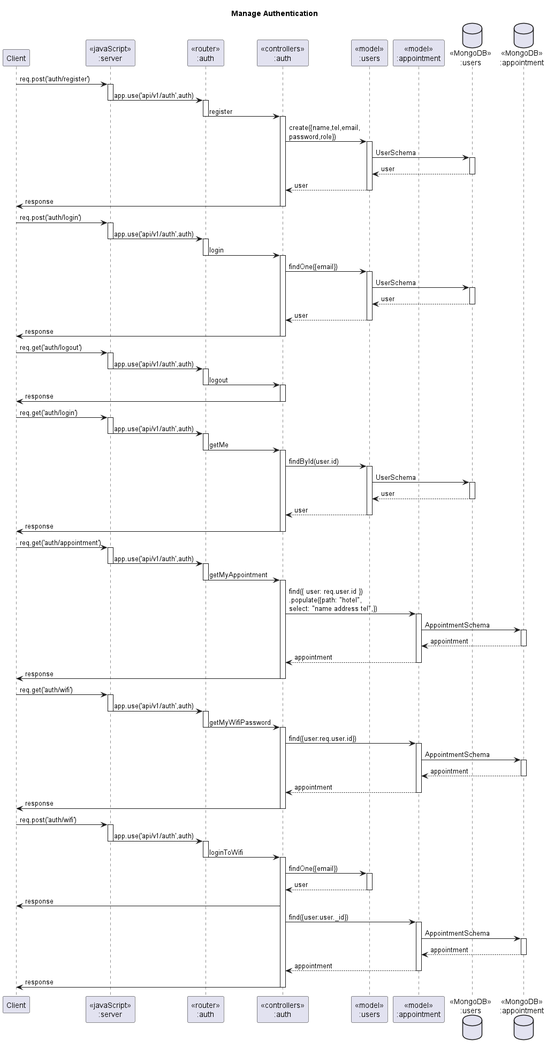
This is WTFuml/out/AuthSequence/Manage Authentication.png from JongSinister/WTFramework, a PlantUML export, as it was before one commit.
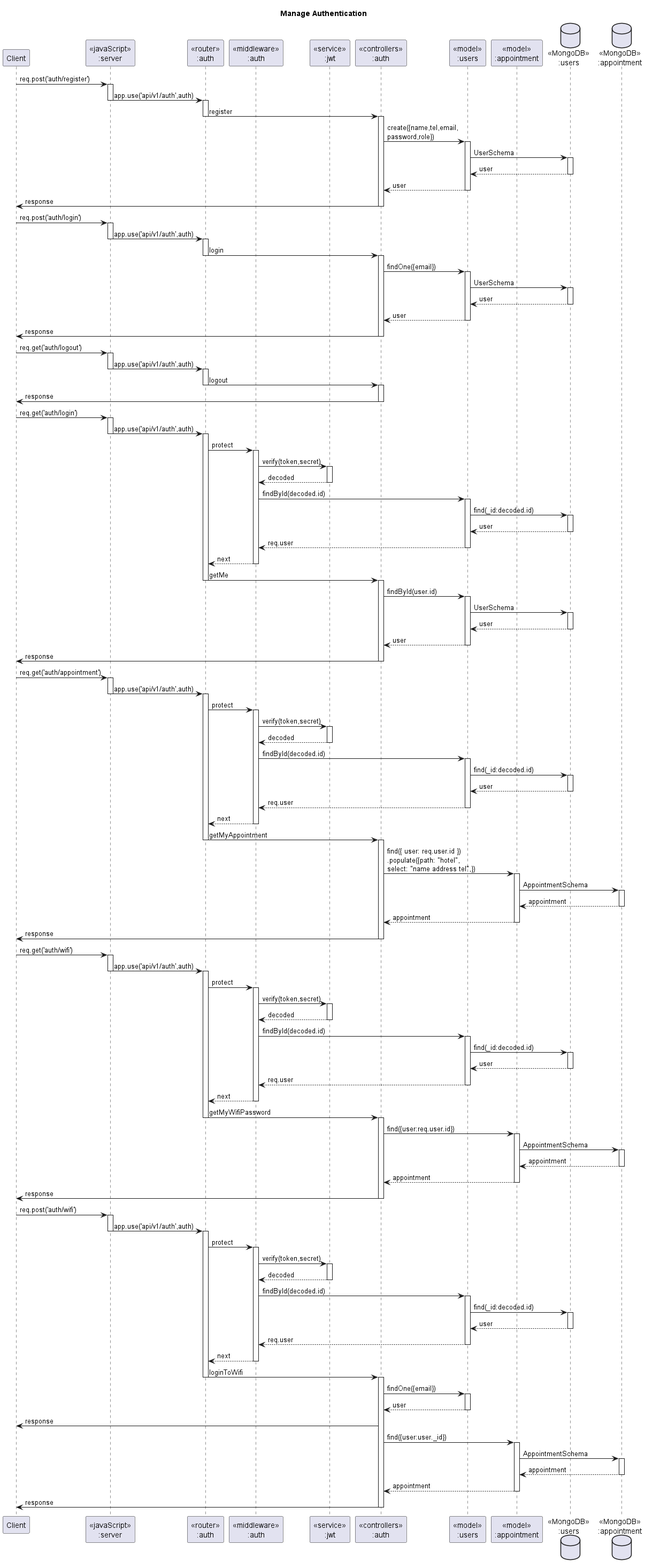
The same file after the commit.

Diff of the diagram source:
```diff
@@ -5,6 +5,8 @@
 participant "Client" as client
 participant "<<javaScript>>\n:server" as server
 participant "<<router>>\n:auth" as auth
+participant "<<middleware>>\n:auth" as middleware
+participant "<<service>>\n:jwt" as jwt
 participant "<<controllers>>\n:auth" as controllersUser
 participant "<<model>>\n:users" as modelUser
 participant "<<model>>\n:appointment" as modelAppointment
@@ -36,6 +38,14 @@
 
 client->server ++:req.get('auth/login')
 server->auth --++:app.use('api/v1/auth',auth)
+auth->middleware ++:protect
+middleware->jwt ++:verify(token,secret)
+jwt-->middleware --: decoded
+middleware->modelUser ++:findById(decoded.id)
+modelUser -> userDatabase ++:find(_id:decoded.id)
+userDatabase --> modelUser --:user
+modelUser-->middleware --:req.user
+middleware-->auth --:next
 auth -> controllersUser --++:getMe
 controllersUser->modelUser ++:findById(user.id)
 modelUser ->userDatabase ++:UserSchema
@@ -45,6 +55,14 @@
 
 client->server ++:req.get('auth/appointment')
 server->auth --++:app.use('api/v1/auth',auth)
+auth->middleware ++:protect
+middleware->jwt ++:verify(token,secret)
+jwt-->middleware --: decoded
+middleware->modelUser ++:findById(decoded.id)
+modelUser -> userDatabase ++:find(_id:decoded.id)
+userDatabase --> modelUser --:user
+modelUser-->middleware --:req.user
+middleware-->auth --:next
 auth -> controllersUser --++:getMyAppointment
 controllersUser -> modelAppointment ++:find({ user: req.user.id })\n.populate({path: "hotel",\nselect: "name address tel",})
 modelAppointment -> appointmentDatabase ++: AppointmentSchema
@@ -54,6 +72,14 @@
 
 client->server ++:req.get('auth/wifi')
 server->auth --++:app.use('api/v1/auth',auth)
+auth->middleware ++:protect
+middleware->jwt ++:verify(token,secret)
+jwt-->middleware --: decoded
+middleware->modelUser ++:findById(decoded.id)
+modelUser -> userDatabase ++:find(_id:decoded.id)
+userDatabase --> modelUser --:user
+modelUser-->middleware --:req.user
+middleware-->auth --:next
 auth -> controllersUser --++:getMyWifiPassword
 controllersUser -> modelAppointment ++:find({user:req.user.id})
 modelAppointment -> appointmentDatabase ++:AppointmentSchema
@@ -63,11 +89,18 @@
 
 client->server ++:req.post('auth/wifi')
 server->auth --++:app.use('api/v1/auth',auth)
+auth->middleware ++:protect
+middleware->jwt ++:verify(token,secret)
+jwt-->middleware --: decoded
+middleware->modelUser ++:findById(decoded.id)
+modelUser -> userDatabase ++:find(_id:decoded.id)
+userDatabase --> modelUser --:user
+modelUser-->middleware --:req.user
+middleware-->auth --:next
 auth -> controllersUser --++:loginToWifi
 controllersUser->modelUser ++:findOne({email})
 modelUser-->controllersUser --:user
 controllersUser->client :response
-
 controllersUser->modelAppointment ++:find({user:user._id})
 modelAppointment->appointmentDatabase ++:AppointmentSchema
 appointmentDatabase-->modelAppointment --:appointment
```
